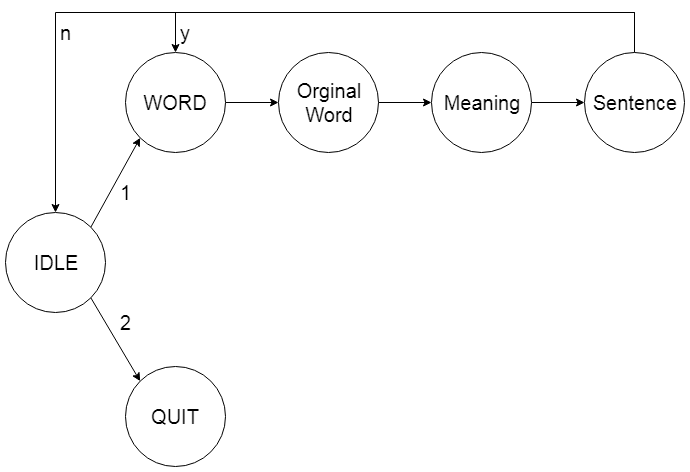
The draw.io diagram usage/state-diagram.png in erdemtuna/personal-dictionary, before a commit. Source tidied: cells renumbered, new cells last; positions are measured from the earlier drawing's top-left corner, leaving out a move shared by most shapes. Its diagram source:
```xml
<mxGraphModel>
  <root>
    <mxCell id="0" />
    <mxCell id="1" parent="0" />
    <mxCell id="2" style="rounded=0;jettySize=auto;html=1;exitX=1;exitY=1;exitDx=0;exitDy=0;entryX=0;entryY=0;entryDx=0;entryDy=0;" parent="1" edge="1" source="8" target="9">
      <mxGeometry relative="1" as="geometry" />
    </mxCell>
    <mxCell id="3" style="edgeStyle=none;rounded=0;jettySize=auto;html=1;exitX=1;exitY=0;exitDx=0;exitDy=0;entryX=0;entryY=1;entryDx=0;entryDy=0;" parent="1" edge="1" source="8" target="11">
      <mxGeometry relative="1" as="geometry" />
    </mxCell>
    <mxCell id="4" value="1" style="text;html=1;align=center;verticalAlign=middle;labelBackgroundColor=#ffffff;fontSize=20;" parent="3" vertex="1">
      <mxGeometry x="-0.18" y="-2" relative="1" as="geometry">
        <mxPoint x="12.5" y="1" as="offset" />
      </mxGeometry>
    </mxCell>
    <mxCell id="5" value="2" style="text;html=1;points=[];align=center;verticalAlign=middle;labelBackgroundColor=#ffffff;fontSize=20;" parent="3" vertex="1">
      <mxGeometry x="-0.18" y="-2" relative="1" as="geometry">
        <mxPoint x="12.5" y="131" as="offset" />
      </mxGeometry>
    </mxCell>
    <mxCell id="6" value="y" style="text;html=1;points=[];align=center;verticalAlign=middle;labelBackgroundColor=#ffffff;fontSize=20;" parent="3" vertex="1">
      <mxGeometry x="-0.18" y="-2" relative="1" as="geometry">
        <mxPoint x="72.5" y="-159" as="offset" />
      </mxGeometry>
    </mxCell>
    <mxCell id="7" value="n" style="text;html=1;align=center;verticalAlign=middle;labelBackgroundColor=#ffffff;fontSize=20;" parent="3" vertex="1">
      <mxGeometry x="-0.18" y="-2" relative="1" as="geometry">
        <mxPoint x="-47.5" y="-159" as="offset" />
      </mxGeometry>
    </mxCell>
    <mxCell id="8" value="&lt;font style=&quot;font-size: 20px&quot;&gt;IDLE&lt;/font&gt;" style="ellipse;whiteSpace=wrap;html=1;" parent="1" vertex="1">
      <mxGeometry y="200" width="100" height="100" as="geometry" />
    </mxCell>
    <mxCell id="9" value="&lt;font style=&quot;font-size: 20px&quot;&gt;QUIT&lt;/font&gt;" style="ellipse;whiteSpace=wrap;html=1;" parent="1" vertex="1">
      <mxGeometry x="120" y="354" width="100" height="100" as="geometry" />
    </mxCell>
    <mxCell id="10" style="edgeStyle=orthogonalEdgeStyle;rounded=0;jettySize=auto;html=1;exitX=1;exitY=0.5;exitDx=0;exitDy=0;entryX=0;entryY=0.5;entryDx=0;entryDy=0;" parent="1" edge="1" source="11" target="13">
      <mxGeometry relative="1" as="geometry" />
    </mxCell>
    <mxCell id="11" value="&lt;font style=&quot;font-size: 20px&quot;&gt;WORD&lt;/font&gt;" style="ellipse;whiteSpace=wrap;html=1;" parent="1" vertex="1">
      <mxGeometry x="120" y="40" width="100" height="100" as="geometry" />
    </mxCell>
    <mxCell id="12" style="edgeStyle=orthogonalEdgeStyle;rounded=0;jettySize=auto;html=1;exitX=1;exitY=0.5;exitDx=0;exitDy=0;entryX=0;entryY=0.5;entryDx=0;entryDy=0;" parent="1" edge="1" source="13" target="15">
      <mxGeometry relative="1" as="geometry" />
    </mxCell>
    <mxCell id="13" value="&lt;font style=&quot;font-size: 20px&quot;&gt;Orginal&lt;br&gt;Word&lt;br&gt;&lt;/font&gt;" style="ellipse;whiteSpace=wrap;html=1;" parent="1" vertex="1">
      <mxGeometry x="273" y="40" width="100" height="100" as="geometry" />
    </mxCell>
    <mxCell id="14" style="edgeStyle=orthogonalEdgeStyle;rounded=0;jettySize=auto;html=1;exitX=1;exitY=0.5;exitDx=0;exitDy=0;entryX=0;entryY=0.5;entryDx=0;entryDy=0;" parent="1" edge="1" source="15" target="18">
      <mxGeometry relative="1" as="geometry" />
    </mxCell>
    <mxCell id="15" value="&lt;font style=&quot;font-size: 20px&quot;&gt;Meaning&lt;br&gt;&lt;/font&gt;" style="ellipse;whiteSpace=wrap;html=1;" parent="1" vertex="1">
      <mxGeometry x="426" y="40" width="100" height="100" as="geometry" />
    </mxCell>
    <mxCell id="16" style="edgeStyle=orthogonalEdgeStyle;rounded=0;jettySize=auto;html=1;exitX=0.5;exitY=0;exitDx=0;exitDy=0;entryX=0.5;entryY=0;entryDx=0;entryDy=0;" parent="1" edge="1" source="18" target="11">
      <mxGeometry relative="1" as="geometry">
        <Array as="points">
          <mxPoint x="629" />
          <mxPoint x="170" />
        </Array>
      </mxGeometry>
    </mxCell>
    <mxCell id="17" style="edgeStyle=orthogonalEdgeStyle;rounded=0;jettySize=auto;html=1;exitX=0.5;exitY=0;exitDx=0;exitDy=0;" parent="1" edge="1" source="18" target="8">
      <mxGeometry relative="1" as="geometry">
        <Array as="points">
          <mxPoint x="629" />
          <mxPoint x="50" />
        </Array>
      </mxGeometry>
    </mxCell>
    <mxCell id="18" value="&lt;font style=&quot;font-size: 20px&quot;&gt;Sentence&lt;br&gt;&lt;/font&gt;" style="ellipse;whiteSpace=wrap;html=1;" parent="1" vertex="1">
      <mxGeometry x="579" y="40" width="100" height="100" as="geometry" />
    </mxCell>
  </root>
</mxGraphModel>
```
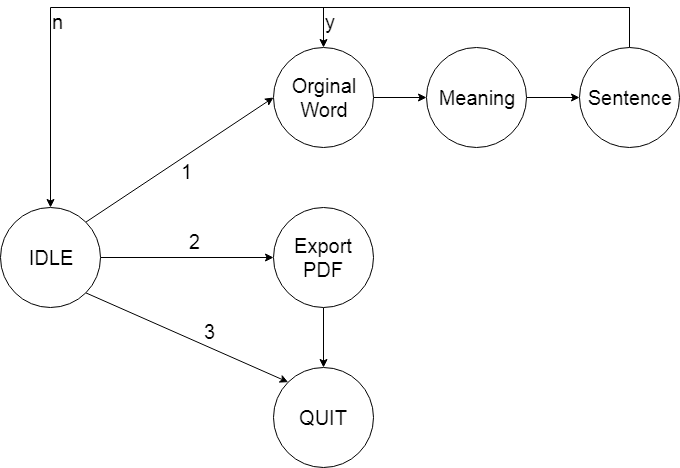
Later version of the same file.

The edit, as a diff of the source:
```diff
@@ -2,74 +2,72 @@
   <root>
     <mxCell id="0" />
     <mxCell id="1" parent="0" />
-    <mxCell id="2" style="rounded=0;jettySize=auto;html=1;exitX=1;exitY=1;exitDx=0;exitDy=0;entryX=0;entryY=0;entryDx=0;entryDy=0;" parent="1" edge="1" source="8" target="9">
+    <mxCell id="2" style="rounded=0;jettySize=auto;html=1;exitX=1;exitY=1;exitDx=0;exitDy=0;entryX=0;entryY=0;entryDx=0;entryDy=0;" parent="1" edge="1" source="5" target="6">
       <mxGeometry relative="1" as="geometry" />
     </mxCell>
-    <mxCell id="3" style="edgeStyle=none;rounded=0;jettySize=auto;html=1;exitX=1;exitY=0;exitDx=0;exitDy=0;entryX=0;entryY=1;entryDx=0;entryDy=0;" parent="1" edge="1" source="8" target="11">
+    <mxCell id="3" style="rounded=0;jettySize=auto;html=1;exitX=1;exitY=0;exitDx=0;exitDy=0;entryX=0;entryY=0.5;entryDx=0;entryDy=0;" parent="1" edge="1" source="5" target="8">
       <mxGeometry relative="1" as="geometry" />
     </mxCell>
-    <mxCell id="4" value="1" style="text;html=1;align=center;verticalAlign=middle;labelBackgroundColor=#ffffff;fontSize=20;" parent="3" vertex="1">
-      <mxGeometry x="-0.18" y="-2" relative="1" as="geometry">
-        <mxPoint x="12.5" y="1" as="offset" />
-      </mxGeometry>
+    <mxCell id="4" style="edgeStyle=none;rounded=0;jettySize=auto;html=1;exitX=1;exitY=0.5;exitDx=0;exitDy=0;entryX=0;entryY=0.5;entryDx=0;entryDy=0;" parent="1" edge="1" source="5" target="15">
+      <mxGeometry relative="1" as="geometry" />
     </mxCell>
-    <mxCell id="5" value="2" style="text;html=1;points=[];align=center;verticalAlign=middle;labelBackgroundColor=#ffffff;fontSize=20;" parent="3" vertex="1">
-      <mxGeometry x="-0.18" y="-2" relative="1" as="geometry">
-        <mxPoint x="12.5" y="131" as="offset" />
-      </mxGeometry>
+    <mxCell id="5" value="&lt;font style=&quot;font-size: 20px&quot;&gt;IDLE&lt;/font&gt;" style="ellipse;whiteSpace=wrap;html=1;" parent="1" vertex="1">
+      <mxGeometry y="200" width="100" height="100" as="geometry" />
     </mxCell>
-    <mxCell id="6" value="y" style="text;html=1;points=[];align=center;verticalAlign=middle;labelBackgroundColor=#ffffff;fontSize=20;" parent="3" vertex="1">
-      <mxGeometry x="-0.18" y="-2" relative="1" as="geometry">
-        <mxPoint x="72.5" y="-159" as="offset" />
-      </mxGeometry>
+    <mxCell id="6" value="&lt;font style=&quot;font-size: 20px&quot;&gt;QUIT&lt;/font&gt;" style="ellipse;whiteSpace=wrap;html=1;" parent="1" vertex="1">
+      <mxGeometry x="273" y="360" width="100" height="100" as="geometry" />
     </mxCell>
-    <mxCell id="7" value="n" style="text;html=1;align=center;verticalAlign=middle;labelBackgroundColor=#ffffff;fontSize=20;" parent="3" vertex="1">
-      <mxGeometry x="-0.18" y="-2" relative="1" as="geometry">
-        <mxPoint x="-47.5" y="-159" as="offset" />
-      </mxGeometry>
+    <mxCell id="7" style="edgeStyle=orthogonalEdgeStyle;rounded=0;jettySize=auto;html=1;exitX=1;exitY=0.5;exitDx=0;exitDy=0;entryX=0;entryY=0.5;entryDx=0;entryDy=0;" parent="1" edge="1" source="8" target="10">
+      <mxGeometry relative="1" as="geometry" />
     </mxCell>
-    <mxCell id="8" value="&lt;font style=&quot;font-size: 20px&quot;&gt;IDLE&lt;/font&gt;" style="ellipse;whiteSpace=wrap;html=1;" parent="1" vertex="1">
-      <mxGeometry y="200" width="100" height="100" as="geometry" />
+    <mxCell id="8" value="&lt;font style=&quot;font-size: 20px&quot;&gt;Orginal&lt;br&gt;Word&lt;br&gt;&lt;/font&gt;" style="ellipse;whiteSpace=wrap;html=1;" parent="1" vertex="1">
+      <mxGeometry x="273" y="40" width="100" height="100" as="geometry" />
     </mxCell>
-    <mxCell id="9" value="&lt;font style=&quot;font-size: 20px&quot;&gt;QUIT&lt;/font&gt;" style="ellipse;whiteSpace=wrap;html=1;" parent="1" vertex="1">
-      <mxGeometry x="120" y="354" width="100" height="100" as="geometry" />
+    <mxCell id="9" style="edgeStyle=orthogonalEdgeStyle;rounded=0;jettySize=auto;html=1;exitX=1;exitY=0.5;exitDx=0;exitDy=0;entryX=0;entryY=0.5;entryDx=0;entryDy=0;" parent="1" edge="1" source="10" target="13">
+      <mxGeometry relative="1" as="geometry" />
     </mxCell>
-    <mxCell id="10" style="edgeStyle=orthogonalEdgeStyle;rounded=0;jettySize=auto;html=1;exitX=1;exitY=0.5;exitDx=0;exitDy=0;entryX=0;entryY=0.5;entryDx=0;entryDy=0;" parent="1" edge="1" source="11" target="13">
-      <mxGeometry relative="1" as="geometry" />
+    <mxCell id="10" value="&lt;font style=&quot;font-size: 20px&quot;&gt;Meaning&lt;br&gt;&lt;/font&gt;" style="ellipse;whiteSpace=wrap;html=1;" parent="1" vertex="1">
+      <mxGeometry x="426" y="40" width="100" height="100" as="geometry" />
     </mxCell>
-    <mxCell id="11" value="&lt;font style=&quot;font-size: 20px&quot;&gt;WORD&lt;/font&gt;" style="ellipse;whiteSpace=wrap;html=1;" parent="1" vertex="1">
-      <mxGeometry x="120" y="40" width="100" height="100" as="geometry" />
+    <mxCell id="11" style="edgeStyle=orthogonalEdgeStyle;rounded=0;jettySize=auto;html=1;exitX=0.5;exitY=0;exitDx=0;exitDy=0;" parent="1" edge="1" source="13" target="5">
+      <mxGeometry relative="1" as="geometry">
+        <Array as="points">
+          <mxPoint x="629" />
+          <mxPoint x="50" />
+        </Array>
+      </mxGeometry>
     </mxCell>
-    <mxCell id="12" style="edgeStyle=orthogonalEdgeStyle;rounded=0;jettySize=auto;html=1;exitX=1;exitY=0.5;exitDx=0;exitDy=0;entryX=0;entryY=0.5;entryDx=0;entryDy=0;" parent="1" edge="1" source="13" target="15">
-      <mxGeometry relative="1" as="geometry" />
+    <mxCell id="12" style="edgeStyle=orthogonalEdgeStyle;rounded=0;jettySize=auto;html=1;exitX=0.5;exitY=0;exitDx=0;exitDy=0;entryX=0.5;entryY=0;entryDx=0;entryDy=0;" parent="1" edge="1" source="13" target="8">
+      <mxGeometry relative="1" as="geometry">
+        <Array as="points">
+          <mxPoint x="629" />
+          <mxPoint x="323" />
+        </Array>
+      </mxGeometry>
     </mxCell>
-    <mxCell id="13" value="&lt;font style=&quot;font-size: 20px&quot;&gt;Orginal&lt;br&gt;Word&lt;br&gt;&lt;/font&gt;" style="ellipse;whiteSpace=wrap;html=1;" parent="1" vertex="1">
-      <mxGeometry x="273" y="40" width="100" height="100" as="geometry" />
+    <mxCell id="13" value="&lt;font style=&quot;font-size: 20px&quot;&gt;Sentence&lt;br&gt;&lt;/font&gt;" style="ellipse;whiteSpace=wrap;html=1;" parent="1" vertex="1">
+      <mxGeometry x="579" y="40" width="100" height="100" as="geometry" />
     </mxCell>
-    <mxCell id="14" style="edgeStyle=orthogonalEdgeStyle;rounded=0;jettySize=auto;html=1;exitX=1;exitY=0.5;exitDx=0;exitDy=0;entryX=0;entryY=0.5;entryDx=0;entryDy=0;" parent="1" edge="1" source="15" target="18">
+    <mxCell id="14" style="edgeStyle=none;rounded=0;jettySize=auto;html=1;exitX=0.5;exitY=1;exitDx=0;exitDy=0;entryX=0.5;entryY=0;entryDx=0;entryDy=0;" parent="1" edge="1" source="15" target="6">
       <mxGeometry relative="1" as="geometry" />
     </mxCell>
-    <mxCell id="15" value="&lt;font style=&quot;font-size: 20px&quot;&gt;Meaning&lt;br&gt;&lt;/font&gt;" style="ellipse;whiteSpace=wrap;html=1;" parent="1" vertex="1">
-      <mxGeometry x="426" y="40" width="100" height="100" as="geometry" />
+    <mxCell id="15" value="&lt;font style=&quot;font-size: 20px&quot;&gt;Export&lt;br&gt;PDF&lt;br&gt;&lt;/font&gt;" style="ellipse;whiteSpace=wrap;html=1;" parent="1" vertex="1">
+      <mxGeometry x="273" y="200" width="100" height="100" as="geometry" />
     </mxCell>
-    <mxCell id="16" style="edgeStyle=orthogonalEdgeStyle;rounded=0;jettySize=auto;html=1;exitX=0.5;exitY=0;exitDx=0;exitDy=0;entryX=0.5;entryY=0;entryDx=0;entryDy=0;" parent="1" edge="1" source="18" target="11">
-      <mxGeometry relative="1" as="geometry">
-        <Array as="points">
-          <mxPoint x="629" />
-          <mxPoint x="170" />
-        </Array>
-      </mxGeometry>
+    <mxCell id="16" value="&lt;font style=&quot;font-size: 20px&quot;&gt;1&lt;/font&gt;" style="text;html=1;align=left;verticalAlign=top;spacingTop=-4;" parent="1" vertex="1">
+      <mxGeometry x="179" y="150" width="30" height="20" as="geometry" />
     </mxCell>
-    <mxCell id="17" style="edgeStyle=orthogonalEdgeStyle;rounded=0;jettySize=auto;html=1;exitX=0.5;exitY=0;exitDx=0;exitDy=0;" parent="1" edge="1" source="18" target="8">
-      <mxGeometry relative="1" as="geometry">
-        <Array as="points">
-          <mxPoint x="629" />
-          <mxPoint x="50" />
-        </Array>
-      </mxGeometry>
+    <mxCell id="17" value="&lt;font style=&quot;font-size: 20px&quot;&gt;2&lt;/font&gt;" style="text;html=1;align=left;verticalAlign=top;spacingTop=-4;" parent="1" vertex="1">
+      <mxGeometry x="186.5" y="220" width="30" height="20" as="geometry" />
     </mxCell>
-    <mxCell id="18" value="&lt;font style=&quot;font-size: 20px&quot;&gt;Sentence&lt;br&gt;&lt;/font&gt;" style="ellipse;whiteSpace=wrap;html=1;" parent="1" vertex="1">
-      <mxGeometry x="579" y="40" width="100" height="100" as="geometry" />
+    <mxCell id="18" value="&lt;font style=&quot;font-size: 20px&quot;&gt;3&lt;/font&gt;" style="text;html=1;points=[];align=left;verticalAlign=top;spacingTop=-4;" parent="1" vertex="1">
+      <mxGeometry x="201.5" y="310" width="30" height="20" as="geometry" />
     </mxCell>
+    <mxCell id="19" value="&lt;font style=&quot;font-size: 20px&quot;&gt;y&lt;/font&gt;" style="text;html=1;align=left;verticalAlign=top;spacingTop=-4;" parent="1" vertex="1">
+      <mxGeometry x="323" width="30" height="20" as="geometry" />
+    </mxCell>
+    <mxCell id="20" value="&lt;font style=&quot;font-size: 20px&quot;&gt;n&lt;/font&gt;" style="text;html=1;align=left;verticalAlign=top;spacingTop=-4;" parent="1" vertex="1">
+      <mxGeometry x="50" width="30" height="20" as="geometry" />
+    </mxCell>
   </root>
 </mxGraphModel>
```
